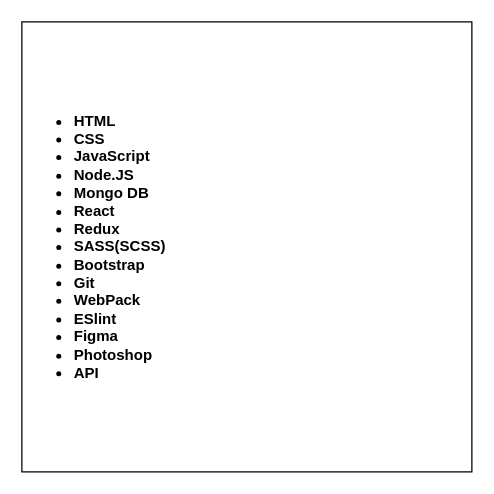
vigonin83/vigonin83 keeps this draw.io diagram as Untitled Diagram.drawio. Above is the earlier version. Source tidied: cells renumbered, new cells numbered last; positions are measured from the earlier drawing's top-left corner, leaving out a move shared by most shapes. Both pictures are drawn from the tidied source at 125%, with x=0, y=0 at pixel (21, 21).
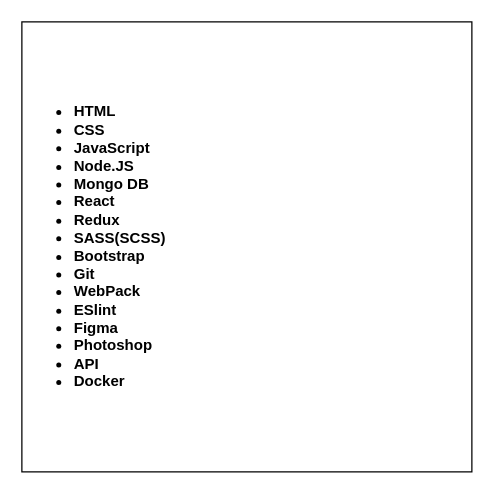
The same page after the edit.

What changed in the source:
```diff
@@
 <mxGraphModel>
   <root>
     <mxCell id="0" />
     <mxCell id="1" parent="0" />
-    <mxCell id="2" value="&lt;ul&gt;&lt;li style=&quot;text-align: justify;&quot;&gt;&lt;b&gt;HTML&lt;/b&gt;&lt;/li&gt;&lt;li style=&quot;text-align: justify;&quot;&gt;&lt;b&gt;CSS&lt;/b&gt;&lt;/li&gt;&lt;li style=&quot;text-align: justify;&quot;&gt;&lt;b&gt;JavaScript&lt;/b&gt;&lt;/li&gt;&lt;li style=&quot;text-align: justify;&quot;&gt;&lt;b&gt;Node.JS&lt;/b&gt;&lt;/li&gt;&lt;li style=&quot;text-align: justify;&quot;&gt;&lt;b&gt;Mongo DB&lt;/b&gt;&lt;/li&gt;&lt;li style=&quot;text-align: justify;&quot;&gt;&lt;b&gt;React&lt;/b&gt;&lt;/li&gt;&lt;li style=&quot;text-align: justify;&quot;&gt;&lt;b&gt;Redux&lt;/b&gt;&lt;/li&gt;&lt;li style=&quot;text-align: justify;&quot;&gt;&lt;b&gt;SASS(SCSS)&lt;/b&gt;&lt;/li&gt;&lt;li style=&quot;text-align: justify;&quot;&gt;&lt;b&gt;Bootstrap&lt;/b&gt;&lt;/li&gt;&lt;li style=&quot;text-align: justify;&quot;&gt;&lt;b&gt;Git&lt;/b&gt;&lt;/li&gt;&lt;li style=&quot;text-align: justify;&quot;&gt;&lt;b&gt;WebPack&lt;/b&gt;&lt;/li&gt;&lt;li style=&quot;text-align: justify;&quot;&gt;&lt;b&gt;ESlint&lt;/b&gt;&lt;/li&gt;&lt;li style=&quot;text-align: justify;&quot;&gt;&lt;b&gt;Figma&lt;/b&gt;&lt;/li&gt;&lt;li style=&quot;text-align: justify;&quot;&gt;&lt;b&gt;Photoshop&lt;/b&gt;&lt;/li&gt;&lt;li style=&quot;text-align: justify;&quot;&gt;&lt;b&gt;API&lt;/b&gt;&lt;/li&gt;&lt;/ul&gt;" style="rounded=0;whiteSpace=wrap;html=1;align=left;" parent="1" vertex="1">
+    <mxCell id="2" value="&lt;ul&gt;&lt;li style=&quot;text-align: justify;&quot;&gt;&lt;b&gt;HTML&lt;/b&gt;&lt;/li&gt;&lt;li style=&quot;text-align: justify;&quot;&gt;&lt;b&gt;CSS&lt;/b&gt;&lt;/li&gt;&lt;li style=&quot;text-align: justify;&quot;&gt;&lt;b&gt;JavaScript&lt;/b&gt;&lt;/li&gt;&lt;li style=&quot;text-align: justify;&quot;&gt;&lt;b&gt;Node.JS&lt;/b&gt;&lt;/li&gt;&lt;li style=&quot;text-align: justify;&quot;&gt;&lt;b&gt;Mongo DB&lt;/b&gt;&lt;/li&gt;&lt;li style=&quot;text-align: justify;&quot;&gt;&lt;b&gt;React&lt;/b&gt;&lt;/li&gt;&lt;li style=&quot;text-align: justify;&quot;&gt;&lt;b&gt;Redux&lt;/b&gt;&lt;/li&gt;&lt;li style=&quot;text-align: justify;&quot;&gt;&lt;b&gt;SASS(SCSS)&lt;/b&gt;&lt;/li&gt;&lt;li style=&quot;text-align: justify;&quot;&gt;&lt;b&gt;Bootstrap&lt;/b&gt;&lt;/li&gt;&lt;li style=&quot;text-align: justify;&quot;&gt;&lt;b&gt;Git&lt;/b&gt;&lt;/li&gt;&lt;li style=&quot;text-align: justify;&quot;&gt;&lt;b&gt;WebPack&lt;/b&gt;&lt;/li&gt;&lt;li style=&quot;text-align: justify;&quot;&gt;&lt;b&gt;ESlint&lt;/b&gt;&lt;/li&gt;&lt;li style=&quot;text-align: justify;&quot;&gt;&lt;b&gt;Figma&lt;/b&gt;&lt;/li&gt;&lt;li style=&quot;text-align: justify;&quot;&gt;&lt;b&gt;Photoshop&lt;/b&gt;&lt;/li&gt;&lt;li style=&quot;text-align: justify;&quot;&gt;&lt;b&gt;API&lt;/b&gt;&lt;/li&gt;&lt;li style=&quot;text-align: justify;&quot;&gt;&lt;b&gt;Docker&lt;/b&gt;&lt;/li&gt;&lt;/ul&gt;" style="rounded=0;whiteSpace=wrap;html=1;align=left;" parent="1" vertex="1">
       <mxGeometry width="360" height="360" as="geometry" />
     </mxCell>
   </root>
 </mxGraphModel>
```
